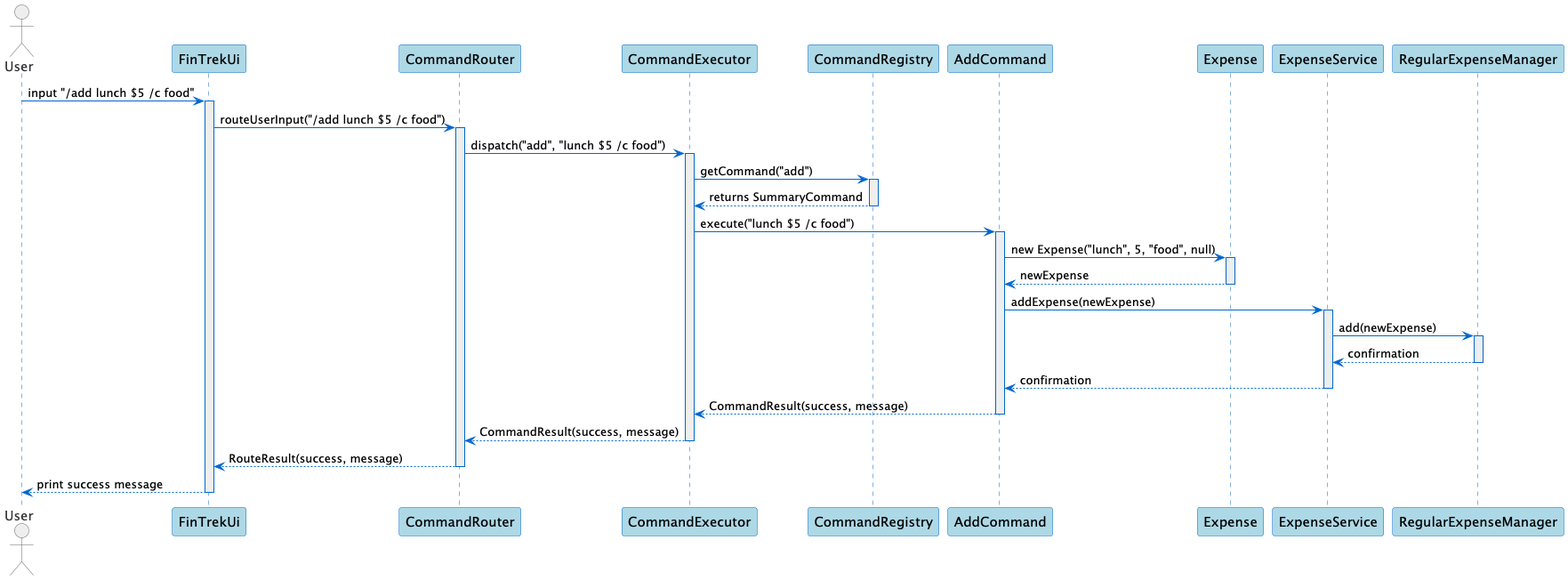
The PlantUML diagram docs/images/add.png in randust/tp, before a commit.
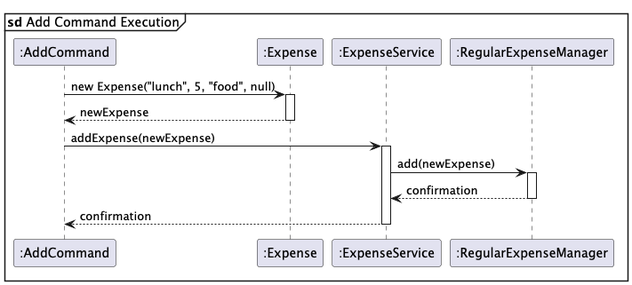
Above is the later version.

What changed in the source:
```diff
@@ -1,52 +1,12 @@
-@startuml
-skinparam sequence {
-  ArrowColor #0066CC
-  LifeLineBorderColor #0066CC
-  LifeLineBackgroundColor #EEEEEE
+@startuml add.puml
+skinparam sequenceParticipant align top
 
-  ParticipantBorderColor #0066CC
-  ParticipantBackgroundColor #ADD8E6
-  ParticipantFontColor #000000
-  ParticipantFontSize 15
+mainframe **sd** Add Command Execution
 
-  ActorBorderColor #666666
-  ActorBackgroundColor #EEEEEE
-  ActorFontColor #333333
-  ActorFontSize 15
-}
-
-skinparam note {
-  BackgroundColor #FFE9B3
-  BorderColor #E8C174
-}
-
-actor "User" as user
-participant "FinTrekUi" as FT
-participant "CommandRouter" as router
-participant "CommandExecutor" as executor
-participant "CommandRegistry" as registry
-participant "AddCommand" as AC
-participant "Expense" as expense
-participant "ExpenseService" as ES
-participant "RegularExpenseManager" as REM
-
-user -> FT: input "/add lunch $5 /c food"
-activate FT
-
-FT -> router: routeUserInput("/add lunch $5 /c food")
-activate router
-
-router -> executor: dispatch("add", "lunch $5 /c food")
-activate executor
-
-executor -> registry: getCommand("add")
-activate registry
-
-registry --> executor: returns SummaryCommand
-deactivate registry
-
-executor -> AC: execute("lunch $5 /c food")
-activate AC
+participant ":AddCommand" as AC
+participant ":Expense" as expense
+participant ":ExpenseService" as ES
+participant ":RegularExpenseManager" as REM
 
 AC -> expense: new Expense("lunch", 5, "food", null)
 activate expense
@@ -66,16 +26,4 @@
 ES --> AC: confirmation
 deactivate ES
 
-AC --> executor: CommandResult(success, message)
-deactivate AC
-
-executor --> router: CommandResult(success, message)
-deactivate executor
-
-router --> FT: RouteResult(success, message)
-deactivate router
-
-FT --> user: print success message
-deactivate FT
-
 @enduml
```
